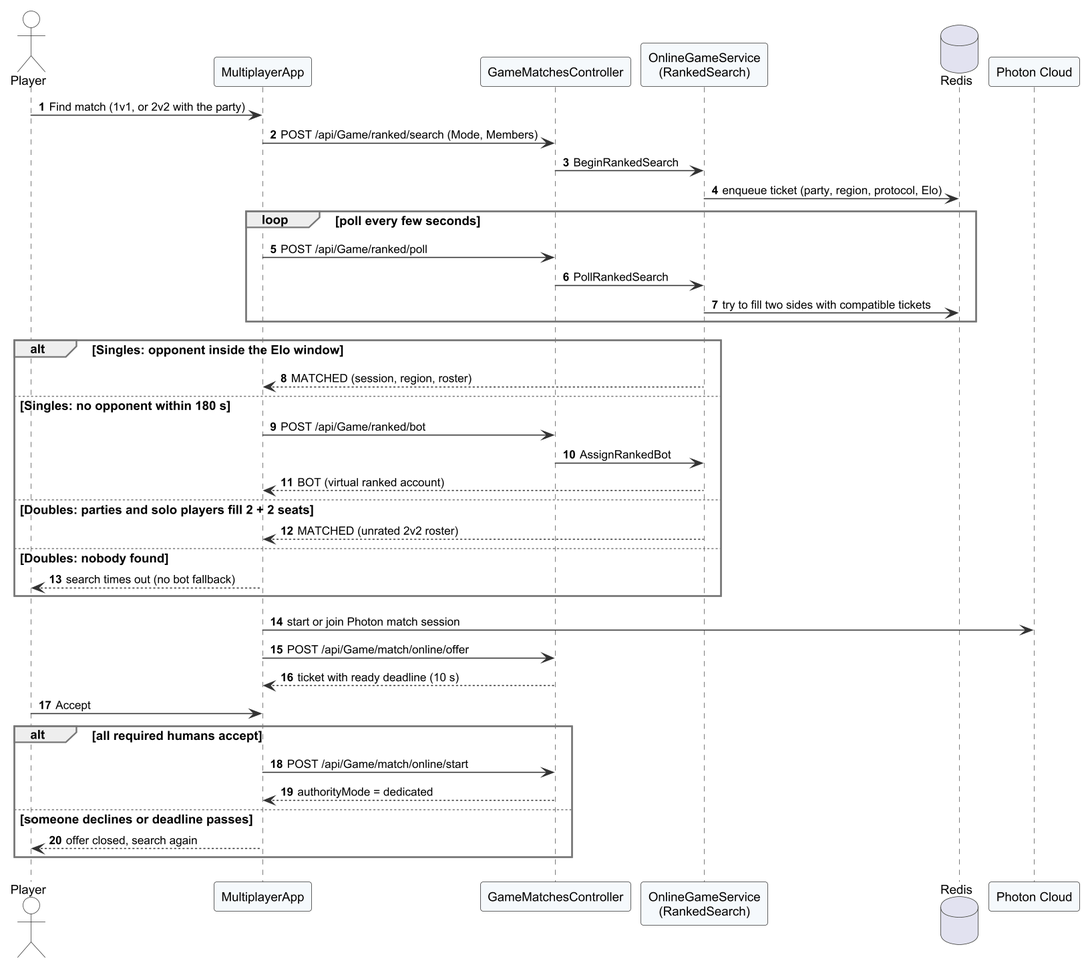
This is Doc/Project_report/Report/diagrams/png/r4_seq_ranked.png from Tad-Min/PickleVerse, a PlantUML export, as it was before one commit.
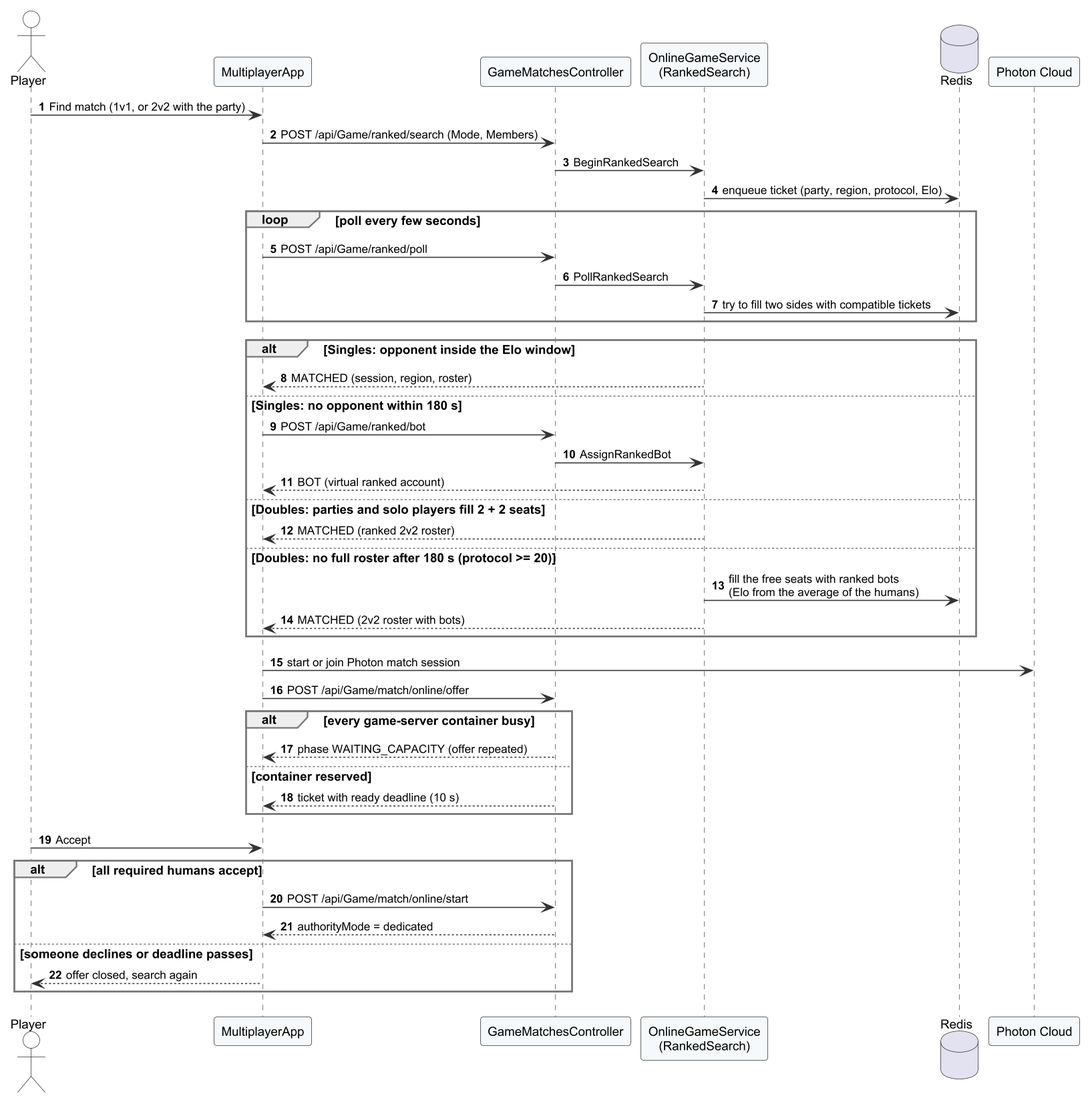
After the commit.

Change to the diagram source:
```diff
@@ -25,13 +25,18 @@
   C -> S : AssignRankedBot
   S --> App : BOT (virtual ranked account)
 else Doubles: parties and solo players fill 2 + 2 seats
-  S --> App : MATCHED (unrated 2v2 roster)
-else Doubles: nobody found
-  App --> Player : search times out (no bot fallback)
+  S --> App : MATCHED (ranked 2v2 roster)
+else Doubles: no full roster after 180 s (protocol >= 20)
+  S -> R : fill the free seats with ranked bots\n(Elo from the average of the humans)
+  S --> App : MATCHED (2v2 roster with bots)
 end
 App -> P : start or join Photon match session
 App -> C : POST /api/Game/match/online/offer
-C --> App : ticket with ready deadline (10 s)
+alt every game-server container busy
+  C --> App : phase WAITING_CAPACITY (offer repeated)
+else container reserved
+  C --> App : ticket with ready deadline (10 s)
+end
 Player -> App : Accept
 alt all required humans accept
   App -> C : POST /api/Game/match/online/start
```
